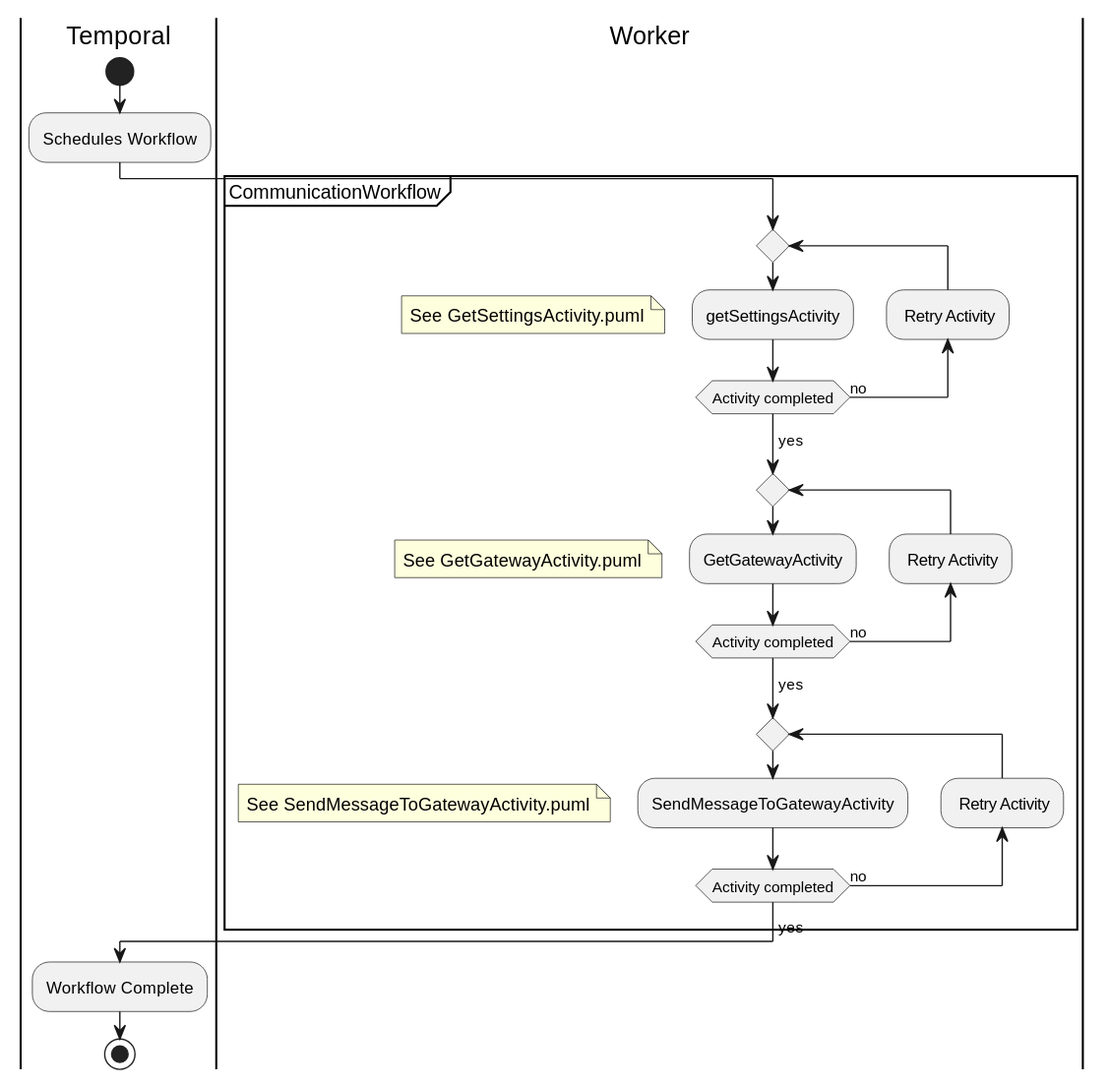
CameronWard301/communication_scheduler keeps this PlantUML diagram as Designs/Images/Activity Diagrams/SendCommunicationWorkflow.svg. Above is the earlier version.
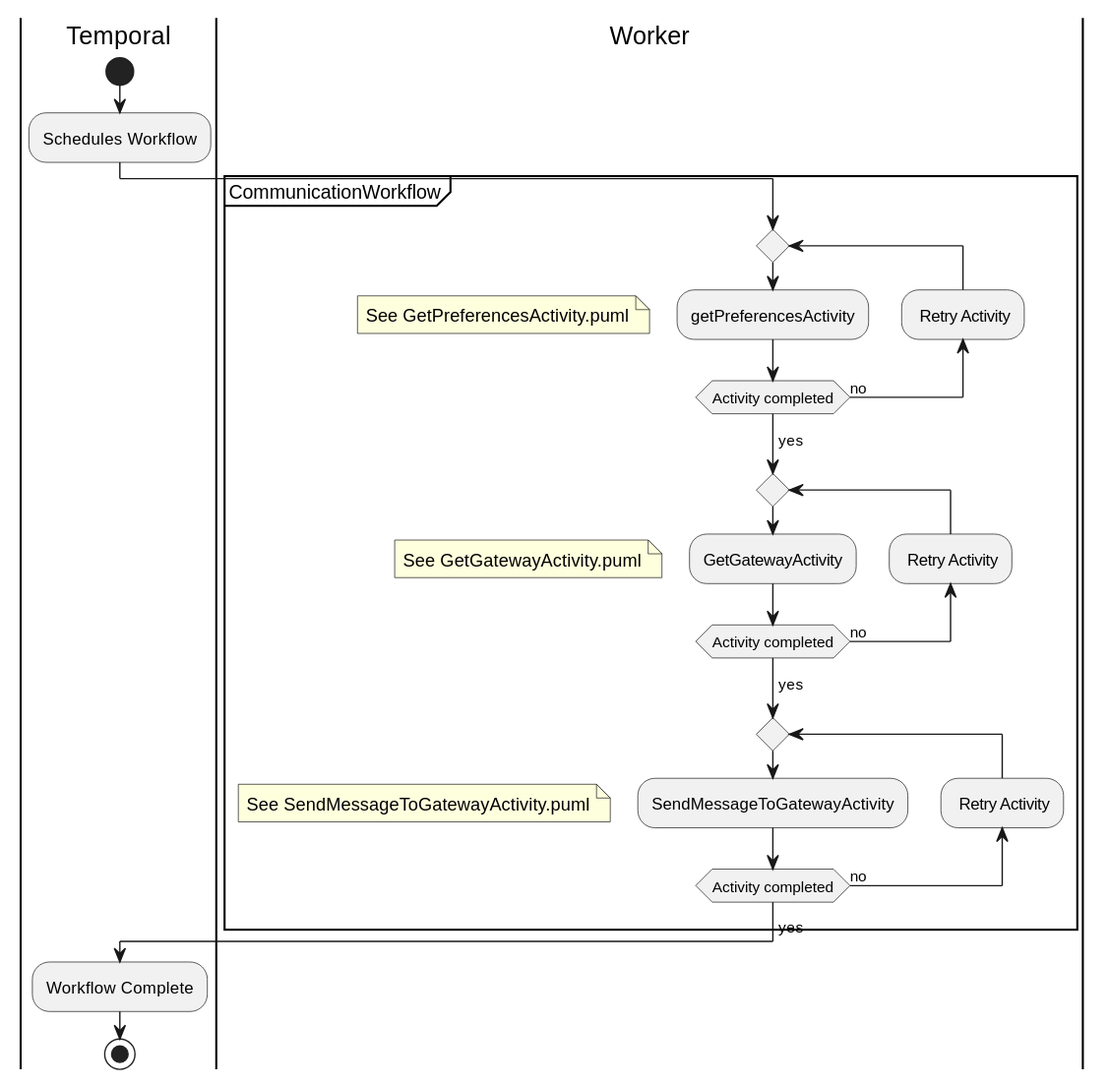
Later version of the same file.

Change to the diagram source:
```diff
@@ -8,8 +8,8 @@
 partition CommunicationWorkflow {
 
     repeat
-        :getSettingsActivity;
-        floating note: See GetSettingsActivity.puml
+        :getPreferencesActivity;
+        floating note: See GetPreferencesActivity.puml
 
 
     backward: Retry Activity;
```
